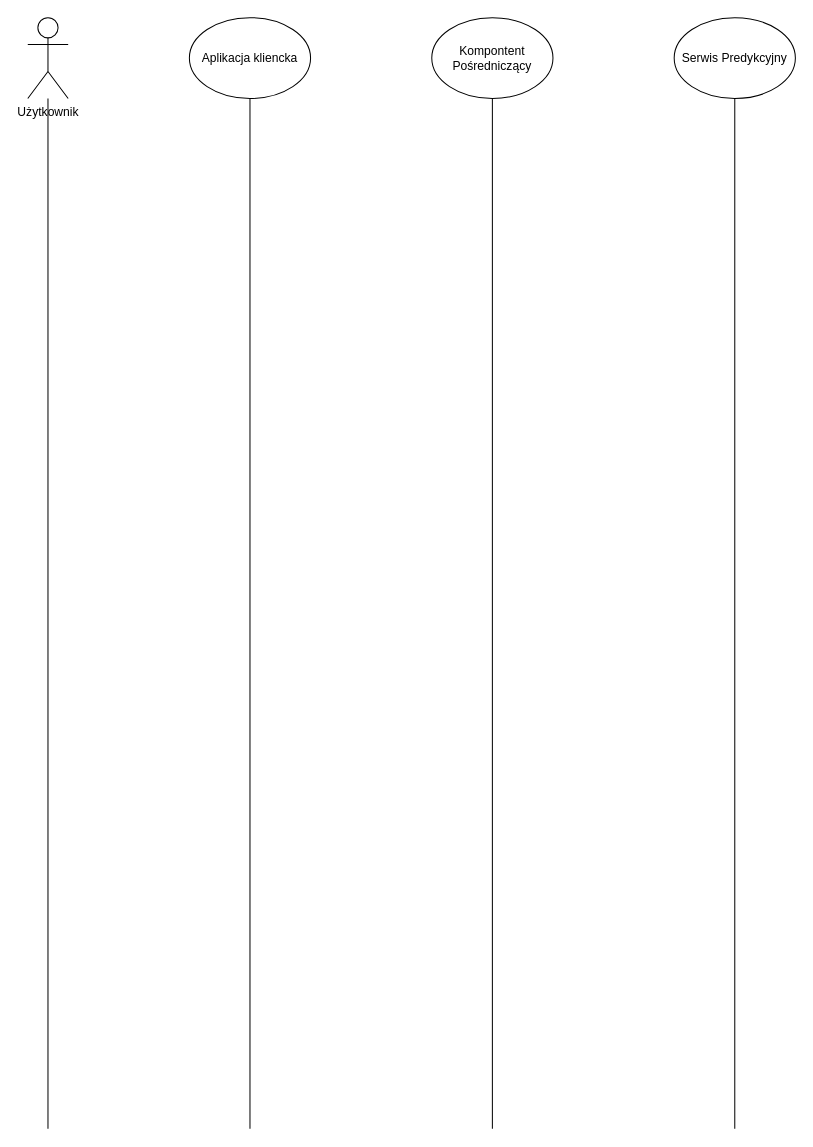
gszp1/BigData-Project keeps this draw.io diagram as report/diagrams/sequence_of_events_diagram.drawio. Above is the earlier version. Source tidied: cells renumbered, new cells numbered last; positions are measured from the earlier drawing's top-left corner, leaving out a move shared by most shapes. Both pictures are drawn from the tidied source at 101%, with x=0, y=0 at pixel (27, 17).
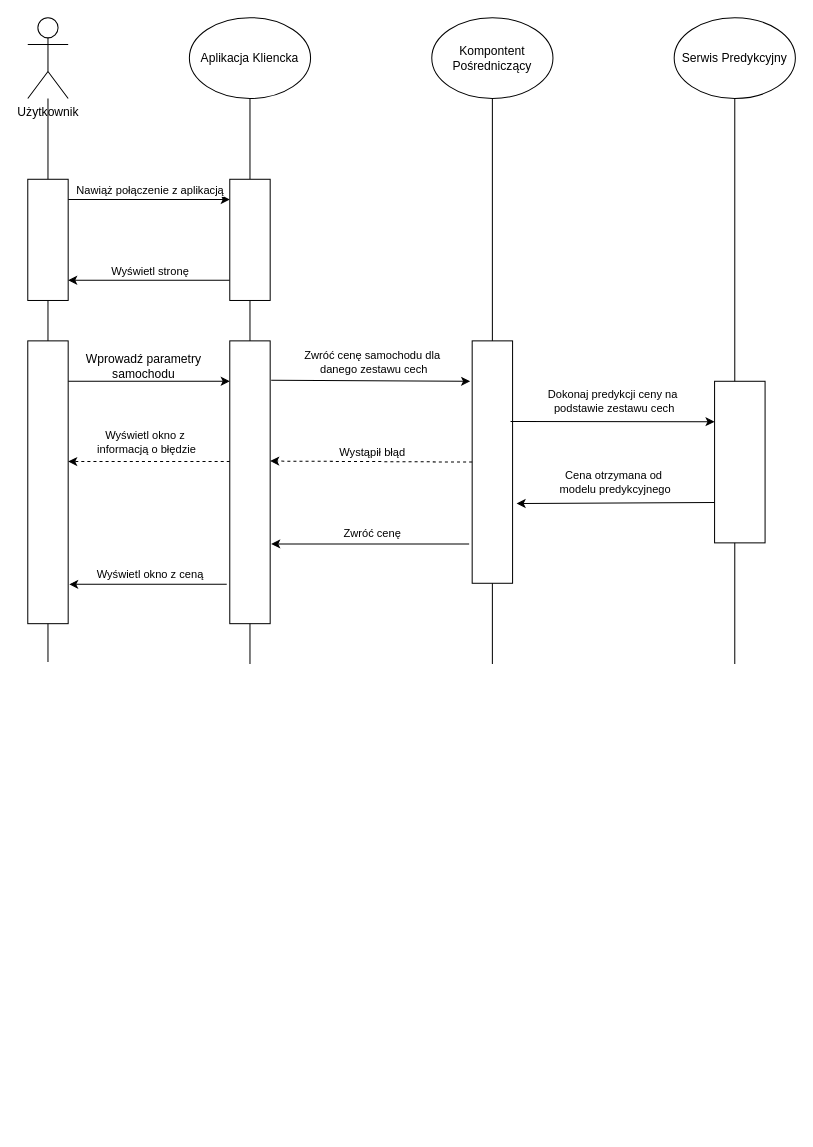
The same diagram, later.

Commit message (it also covers changes not shown here):
Adds sequence diagram.

Unchanged cells that the change refers to:
```xml
<mxCell id="2" value="Użytkownik&lt;div&gt;&lt;br&gt;&lt;/div&gt;" style="shape=umlActor;verticalLabelPosition=bottom;verticalAlign=top;html=1;outlineConnect=0;" parent="1" vertex="1">
  <mxGeometry width="40" height="80" as="geometry" />
</mxCell>
<mxCell id="4" value="Kompontent Pośredniczący" style="ellipse;whiteSpace=wrap;html=1;" parent="1" vertex="1">
  <mxGeometry x="400" width="120" height="80" as="geometry" />
</mxCell>
<mxCell id="5" value="Serwis Predykcyjny" style="ellipse;whiteSpace=wrap;html=1;" parent="1" vertex="1">
  <mxGeometry x="640" width="120" height="80" as="geometry" />
</mxCell>
```

Change to the diagram source:
```diff
@@
-    <mxCell id="3" value="Aplikacja kliencka" style="ellipse;whiteSpace=wrap;html=1;" parent="1" vertex="1">
+    <mxCell id="3" value="Aplikacja K&lt;span style=&quot;background-color: initial;&quot;&gt;liencka&lt;/span&gt;" style="ellipse;whiteSpace=wrap;html=1;" parent="1" vertex="1">
       <mxGeometry x="160" width="120" height="80" as="geometry" />
     </mxCell>
@@
-    <mxCell id="6" style="endArrow=none;html=1;rounded=0;" parent="1" edge="1" target="2">
-      <mxGeometry relative="1" as="geometry">
-        <mxPoint x="20" y="1100" as="sourcePoint" />
-      </mxGeometry>
+    <mxCell id="6" style="endArrow=none;html=1;rounded=0;" parent="1" edge="1" source="13" target="2">
+      <mxGeometry relative="1" as="geometry" />
     </mxCell>
-    <mxCell id="7" style="endArrow=none;html=1;rounded=0;entryX=0.5;entryY=1;entryDx=0;entryDy=0;" parent="1" edge="1" target="3">
-      <mxGeometry relative="1" as="geometry">
-        <mxPoint x="220" y="1100" as="sourcePoint" />
-      </mxGeometry>
+    <mxCell id="7" style="endArrow=none;html=1;rounded=0;entryX=0.5;entryY=1;entryDx=0;entryDy=0;" parent="1" edge="1" source="17" target="3">
+      <mxGeometry relative="1" as="geometry" />
     </mxCell>
     <mxCell id="8" style="endArrow=none;html=1;rounded=0;entryX=0.5;entryY=1;entryDx=0;entryDy=0;" parent="1" edge="1" target="4">
       <mxGeometry relative="1" as="geometry">
-        <mxPoint x="460" y="1100" as="sourcePoint" />
+        <mxPoint x="460" y="640" as="sourcePoint" />
       </mxGeometry>
     </mxCell>
     <mxCell id="9" style="endArrow=none;html=1;rounded=0;entryX=0.5;entryY=1;entryDx=0;entryDy=0;" parent="1" edge="1" target="5">
       <mxGeometry relative="1" as="geometry">
-        <mxPoint x="700" y="1100" as="sourcePoint" />
+        <mxPoint x="700" y="640" as="sourcePoint" />
       </mxGeometry>
     </mxCell>
+    <mxCell id="10" style="endArrow=none;html=1;rounded=0;" parent="1" edge="1" target="13">
+      <mxGeometry relative="1" as="geometry">
+        <mxPoint x="20" y="638" as="sourcePoint" />
+      </mxGeometry>
+    </mxCell>
+    <mxCell id="11" style="edgeStyle=orthogonalEdgeStyle;rounded=0;orthogonalLoop=1;jettySize=auto;html=1;exitX=1;exitY=0.25;exitDx=0;exitDy=0;entryX=0;entryY=0.25;entryDx=0;entryDy=0;" parent="1" edge="1">
+      <mxGeometry relative="1" as="geometry">
+        <mxPoint x="40" y="180" as="sourcePoint" />
+        <mxPoint x="200" y="180" as="targetPoint" />
+      </mxGeometry>
+    </mxCell>
+    <mxCell id="12" value="Nawiąż połączenie z aplikacją" style="edgeLabel;html=1;align=center;verticalAlign=middle;" parent="11" vertex="1">
+      <mxGeometry x="-0.41" y="3" relative="1" as="geometry">
+        <mxPoint x="33" y="-7" as="offset" />
+      </mxGeometry>
+    </mxCell>
+    <mxCell id="13" style="rounded=0;whiteSpace=wrap;html=1;" parent="1" vertex="1">
+      <mxGeometry y="160" width="40" height="120" as="geometry" />
+    </mxCell>
+    <mxCell id="14" style="endArrow=none;html=1;rounded=0;entryX=0.5;entryY=1;entryDx=0;entryDy=0;" parent="1" edge="1" target="17">
+      <mxGeometry relative="1" as="geometry">
+        <mxPoint x="220" y="640" as="sourcePoint" />
+      </mxGeometry>
+    </mxCell>
+    <mxCell id="15" style="edgeStyle=orthogonalEdgeStyle;rounded=0;orthogonalLoop=1;jettySize=auto;html=1;entryX=1;entryY=0.5;entryDx=0;entryDy=0;" parent="1" edge="1">
+      <mxGeometry relative="1" as="geometry">
+        <mxPoint x="200" y="260" as="sourcePoint" />
+        <mxPoint x="40" y="260" as="targetPoint" />
+      </mxGeometry>
+    </mxCell>
+    <mxCell id="16" value="Wyświetl stronę" style="edgeLabel;html=1;align=center;verticalAlign=middle;" parent="15" vertex="1">
+      <mxGeometry x="0.07" y="-1" relative="1" as="geometry">
+        <mxPoint x="6" y="-9" as="offset" />
+      </mxGeometry>
+    </mxCell>
+    <mxCell id="17" style="rounded=0;whiteSpace=wrap;html=1;" parent="1" vertex="1">
+      <mxGeometry x="200" y="160" width="40" height="120" as="geometry" />
+    </mxCell>
+    <mxCell id="18" style="edgeStyle=orthogonalEdgeStyle;rounded=0;orthogonalLoop=1;jettySize=auto;html=1;entryX=0;entryY=0.5;entryDx=0;entryDy=0;" parent="1" edge="1">
+      <mxGeometry relative="1" as="geometry">
+        <mxPoint x="40" y="360" as="sourcePoint" />
+        <mxPoint x="200" y="360" as="targetPoint" />
+      </mxGeometry>
+    </mxCell>
+    <mxCell id="19" style="rounded=0;whiteSpace=wrap;html=1;" parent="1" vertex="1">
+      <mxGeometry y="320" width="40" height="280" as="geometry" />
+    </mxCell>
+    <mxCell id="20" style="edgeStyle=orthogonalEdgeStyle;rounded=0;orthogonalLoop=1;jettySize=auto;html=1;entryX=1;entryY=0.5;entryDx=0;entryDy=0;dashed=1;" parent="1" edge="1">
+      <mxGeometry relative="1" as="geometry">
+        <mxPoint x="200" y="439.5" as="sourcePoint" />
+        <mxPoint x="40" y="439.5" as="targetPoint" />
+      </mxGeometry>
+    </mxCell>
+    <mxCell id="21" value="Wyświetl okno z&lt;div&gt;&amp;nbsp;informacją o błędzie&lt;/div&gt;" style="edgeLabel;html=1;align=center;verticalAlign=middle;" parent="20" vertex="1">
+      <mxGeometry x="0.24" y="2" relative="1" as="geometry">
+        <mxPoint x="14" y="-21" as="offset" />
+      </mxGeometry>
+    </mxCell>
+    <mxCell id="22" style="rounded=0;whiteSpace=wrap;html=1;" parent="1" vertex="1">
+      <mxGeometry x="200" y="320" width="40" height="280" as="geometry" />
+    </mxCell>
+    <mxCell id="23" value="Wprowadź parametry samochodu" style="text;html=1;align=center;verticalAlign=middle;whiteSpace=wrap;rounded=0;" parent="1" vertex="1">
+      <mxGeometry x="40" y="330" width="150" height="30" as="geometry" />
+    </mxCell>
+    <mxCell id="24" style="rounded=0;whiteSpace=wrap;html=1;" parent="1" vertex="1">
+      <mxGeometry x="440" y="320" width="40" height="240" as="geometry" />
+    </mxCell>
+    <mxCell id="25" style="endArrow=classic;html=1;rounded=0;exitX=1.025;exitY=0.139;exitDx=0;exitDy=0;exitPerimeter=0;entryX=-0.05;entryY=0.167;entryDx=0;entryDy=0;entryPerimeter=0;" parent="1" edge="1" source="22" target="24">
+      <mxGeometry relative="1" as="geometry" />
+    </mxCell>
+    <mxCell id="26" value="Zwróć cenę samochodu dla&lt;div&gt;&amp;nbsp;danego zestawu cech&lt;/div&gt;" style="edgeLabel;html=1;align=center;verticalAlign=middle;" parent="25" vertex="1">
+      <mxGeometry x="-0.46" y="1" relative="1" as="geometry">
+        <mxPoint x="46" y="-18" as="offset" />
+      </mxGeometry>
+    </mxCell>
+    <mxCell id="27" style="rounded=0;whiteSpace=wrap;html=1;" parent="1" vertex="1">
+      <mxGeometry x="680" y="360" width="50" height="160" as="geometry" />
+    </mxCell>
+    <mxCell id="28" style="endArrow=classic;html=1;rounded=0;exitX=0.95;exitY=0.333;exitDx=0;exitDy=0;exitPerimeter=0;" parent="1" edge="1" source="24">
+      <mxGeometry relative="1" as="geometry">
+        <mxPoint x="680" y="400" as="targetPoint" />
+      </mxGeometry>
+    </mxCell>
+    <mxCell id="29" value="Dokonaj predykcji ceny na&lt;div&gt;&amp;nbsp;podstawie zestawu cech&lt;/div&gt;" style="edgeLabel;html=1;align=center;verticalAlign=middle;" parent="28" vertex="1">
+      <mxGeometry x="0.18" y="-2" relative="1" as="geometry">
+        <mxPoint x="-18" y="-22" as="offset" />
+      </mxGeometry>
+    </mxCell>
+    <mxCell id="30" style="endArrow=classic;html=1;rounded=0;entryX=1.1;entryY=0.671;entryDx=0;entryDy=0;entryPerimeter=0;exitX=0;exitY=0.75;exitDx=0;exitDy=0;" parent="1" edge="1" source="27" target="24">
+      <mxGeometry relative="1" as="geometry" />
+    </mxCell>
+    <mxCell id="31" value="Cena otrzymana od&lt;div&gt;&amp;nbsp;modelu predykcyjnego&lt;/div&gt;" style="edgeLabel;html=1;align=center;verticalAlign=middle;" parent="30" vertex="1">
+      <mxGeometry x="0.37" y="-2" relative="1" as="geometry">
+        <mxPoint x="34" y="-19" as="offset" />
+      </mxGeometry>
+    </mxCell>
+    <mxCell id="32" style="endArrow=classic;html=1;rounded=0;exitX=-0.075;exitY=0.838;exitDx=0;exitDy=0;exitPerimeter=0;entryX=1.025;entryY=0.718;entryDx=0;entryDy=0;entryPerimeter=0;" parent="1" edge="1" source="24" target="22">
+      <mxGeometry relative="1" as="geometry" />
+    </mxCell>
+    <mxCell id="33" value="Zwróć cenę" style="edgeLabel;html=1;align=center;verticalAlign=middle;" parent="32" vertex="1">
+      <mxGeometry x="0.06" y="-1" relative="1" as="geometry">
+        <mxPoint x="7" y="-10" as="offset" />
+      </mxGeometry>
+    </mxCell>
+    <mxCell id="34" style="endArrow=classic;html=1;rounded=0;entryX=1;entryY=0.425;entryDx=0;entryDy=0;entryPerimeter=0;exitX=0;exitY=0.5;exitDx=0;exitDy=0;dashed=1;" parent="1" edge="1" source="24" target="22">
+      <mxGeometry relative="1" as="geometry" />
+    </mxCell>
+    <mxCell id="35" value="Wystąpił błąd" style="edgeLabel;html=1;align=center;verticalAlign=middle;" parent="34" vertex="1">
+      <mxGeometry x="-0.09" y="-3" relative="1" as="geometry">
+        <mxPoint x="-9" y="-7" as="offset" />
+      </mxGeometry>
+    </mxCell>
+    <mxCell id="36" style="endArrow=classic;html=1;rounded=0;entryX=1.025;entryY=0.861;entryDx=0;entryDy=0;entryPerimeter=0;exitX=-0.075;exitY=0.861;exitDx=0;exitDy=0;exitPerimeter=0;" parent="1" edge="1" source="22" target="19">
+      <mxGeometry relative="1" as="geometry" />
+    </mxCell>
+    <mxCell id="37" value="Wyświetl okno z ceną" style="edgeLabel;html=1;align=center;verticalAlign=middle;" parent="36" vertex="1">
+      <mxGeometry x="-0.26" y="-1" relative="1" as="geometry">
+        <mxPoint x="-19" y="-10" as="offset" />
+      </mxGeometry>
+    </mxCell>
```
